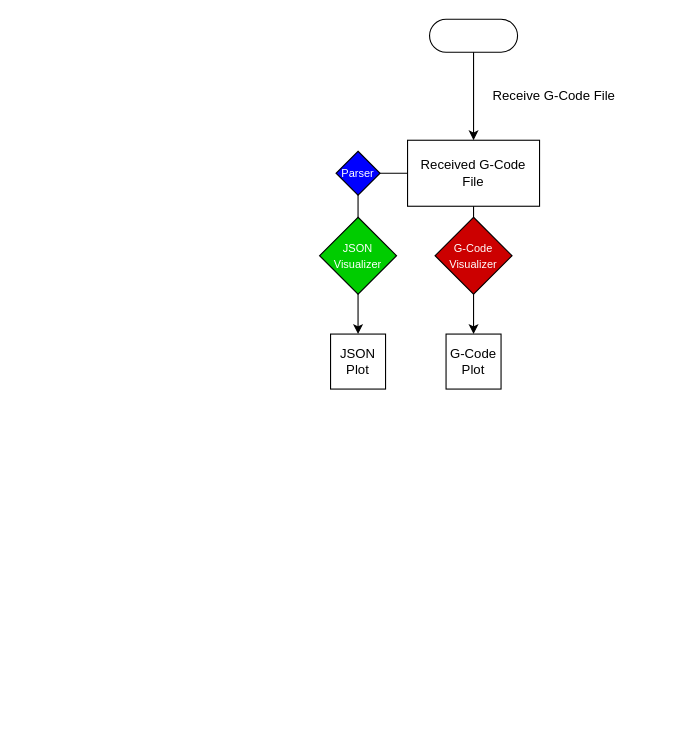
Before: documentation/Untitled Diagram.drawio in antoniopgs/FabInventors, a draw.io diagram. Source tidied: cells renumbered, new cells numbered last; positions are measured from the earlier drawing's top-left corner, leaving out a move shared by most shapes. Both pictures are drawn from the tidied source at 110%, with x=0, y=0 at pixel (319, 19).
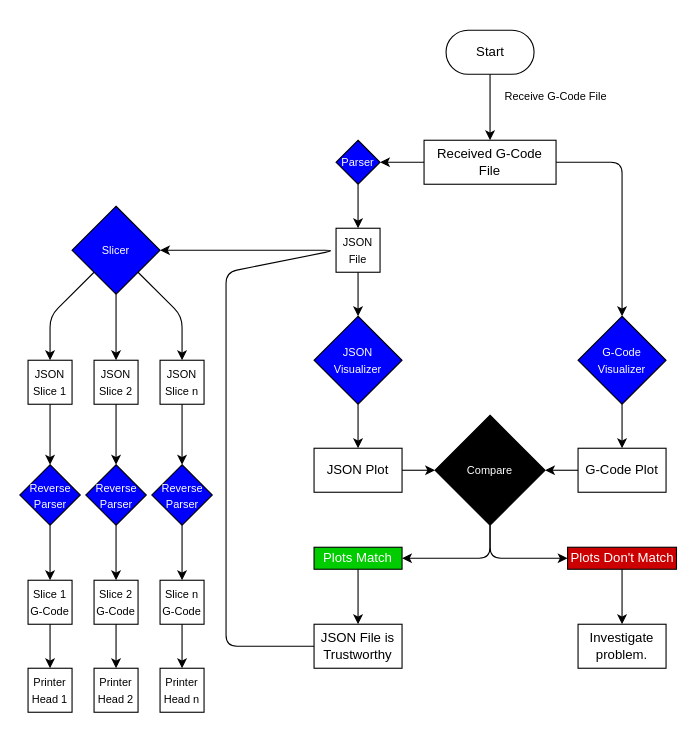
After the change.

What changed in the source:
```diff
@@
-    <mxCell id="2" style="html=1;dashed=0;whitespace=wrap;shape=mxgraph.dfd.start;" parent="1" vertex="1">
-      <mxGeometry x="100" width="80" height="30" as="geometry" />
+    <mxCell id="2" value="Start" style="html=1;dashed=0;whitespace=wrap;shape=mxgraph.dfd.start;" parent="1" vertex="1">
+      <mxGeometry x="115" y="10" width="80" height="40" as="geometry" />
     </mxCell>
-    <mxCell id="3" style="endArrow=classic;html=1;exitX=0.5;exitY=0.5;exitDx=0;exitDy=15;exitPerimeter=0;entryX=0.5;entryY=0;entryDx=0;entryDy=0;" parent="1" edge="1" source="2" target="5">
+    <mxCell id="3" style="endArrow=classic;html=1;entryX=0.5;entryY=0;entryDx=0;entryDy=0;exitX=0.5;exitY=0.5;exitDx=0;exitDy=20;exitPerimeter=0;" parent="1" edge="1" source="2" target="5">
       <mxGeometry relative="1" as="geometry" />
     </mxCell>
-    <mxCell id="4" value="Receive G-Code File&amp;nbsp;" style="text;html=1;strokeColor=none;fillColor=none;align=center;verticalAlign=middle;whiteSpace=wrap;rounded=0;" parent="1" vertex="1">
-      <mxGeometry x="155" y="60" width="120" height="20" as="geometry" />
+    <mxCell id="4" value="&lt;font style=&quot;font-size: 10px&quot;&gt;Receive G-Code File&lt;/font&gt;" style="text;html=1;strokeColor=none;fillColor=none;align=center;verticalAlign=middle;whiteSpace=wrap;rounded=0;" parent="1" vertex="1">
+      <mxGeometry x="154.5" y="60" width="120" height="20" as="geometry" />
     </mxCell>
     <mxCell id="5" value="Received G-Code File" style="rounded=0;whiteSpace=wrap;html=1;" parent="1" vertex="1">
-      <mxGeometry x="80" y="110" width="120" height="60" as="geometry" />
+      <mxGeometry x="95" y="110" width="120" height="40" as="geometry" />
     </mxCell>
-    <mxCell id="6" style="endArrow=classic;html=1;exitX=0.5;exitY=1;exitDx=0;exitDy=0;entryX=0.5;entryY=0;entryDx=0;entryDy=0;" parent="1" edge="1" source="5" target="12">
-      <mxGeometry relative="1" as="geometry" />
+    <mxCell id="6" style="endArrow=classic;html=1;exitX=1;exitY=0.5;exitDx=0;exitDy=0;entryX=0.5;entryY=0;entryDx=0;entryDy=0;" parent="1" edge="1" source="5" target="7">
+      <mxGeometry relative="1" as="geometry">
+        <Array as="points">
+          <mxPoint x="275" y="130" />
+        </Array>
+      </mxGeometry>
     </mxCell>
-    <mxCell id="7" value="&lt;font style=&quot;font-size: 10px&quot;&gt;G-Code Visualizer&lt;/font&gt;" style="rhombus;whiteSpace=wrap;html=1;fontColor=#FFFFFF;fillColor=#CC0000;" parent="1" vertex="1">
-      <mxGeometry x="105" y="180" width="70" height="70" as="geometry" />
+    <mxCell id="7" value="&lt;font style=&quot;font-size: 10px&quot;&gt;G-Code Visualizer&lt;/font&gt;" style="rhombus;whiteSpace=wrap;html=1;fontColor=#FFFFFF;fillColor=#0000FF;" parent="1" vertex="1">
+      <mxGeometry x="235" y="270" width="80" height="80" as="geometry" />
     </mxCell>
-    <mxCell id="8" style="endArrow=classic;html=1;fontColor=#FFFFFF;exitX=0;exitY=0.5;exitDx=0;exitDy=0;entryX=0.5;entryY=0;entryDx=0;entryDy=0;" parent="1" edge="1" source="5" target="11">
-      <mxGeometry relative="1" as="geometry">
-        <Array as="points">
-          <mxPoint x="35" y="140" />
-        </Array>
-      </mxGeometry>
+    <mxCell id="8" style="endArrow=classic;html=1;fontColor=#FFFFFF;exitX=0;exitY=0.5;exitDx=0;exitDy=0;entryX=1;entryY=0.5;entryDx=0;entryDy=0;" parent="1" edge="1" source="5" target="9">
+      <mxGeometry relative="1" as="geometry" />
     </mxCell>
     <mxCell id="9" value="&lt;font style=&quot;font-size: 10px&quot;&gt;Parser&lt;/font&gt;" style="rhombus;whiteSpace=wrap;html=1;fillColor=#0000FF;fontColor=#FFFFFF;" parent="1" vertex="1">
-      <mxGeometry x="15" y="120" width="40" height="40" as="geometry" />
+      <mxGeometry x="15" y="110" width="40" height="40" as="geometry" />
     </mxCell>
-    <mxCell id="10" value="&lt;font style=&quot;font-size: 10px&quot;&gt;JSON Visualizer&lt;/font&gt;" style="rhombus;whiteSpace=wrap;html=1;fontColor=#FFFFFF;fillColor=#00CC00;" parent="1" vertex="1">
-      <mxGeometry y="180" width="70" height="70" as="geometry" />
+    <mxCell id="10" value="&lt;font style=&quot;font-size: 10px&quot;&gt;JSON&lt;br&gt;Visualizer&lt;/font&gt;" style="rhombus;whiteSpace=wrap;html=1;fontColor=#FFFFFF;fillColor=#0000FF;" parent="1" vertex="1">
+      <mxGeometry x="-5" y="270" width="80" height="80" as="geometry" />
     </mxCell>
     <mxCell id="11" value="JSON Plot" style="rounded=0;whiteSpace=wrap;html=1;" parent="1" vertex="1">
-      <mxGeometry x="10" y="286.2" width="50" height="50" as="geometry" />
+      <mxGeometry x="-5" y="390" width="80" height="40" as="geometry" />
     </mxCell>
     <mxCell id="12" value="G-Code Plot" style="rounded=0;whiteSpace=wrap;html=1;" parent="1" vertex="1">
-      <mxGeometry x="115" y="286.2" width="50" height="50" as="geometry" />
+      <mxGeometry x="235" y="390" width="80" height="40" as="geometry" />
     </mxCell>
+    <mxCell id="13" value="&lt;font style=&quot;font-size: 10px&quot;&gt;Compare&lt;/font&gt;" style="rhombus;whiteSpace=wrap;html=1;fontColor=#FFFFFF;fillColor=#000000;" parent="1" vertex="1">
+      <mxGeometry x="105" y="360" width="100" height="100" as="geometry" />
+    </mxCell>
+    <mxCell id="14" style="endArrow=classic;html=1;exitX=0;exitY=0.5;exitDx=0;exitDy=0;entryX=1;entryY=0.5;entryDx=0;entryDy=0;" parent="1" edge="1" source="12" target="13">
+      <mxGeometry relative="1" as="geometry" />
+    </mxCell>
+    <mxCell id="15" style="endArrow=classic;html=1;entryX=0;entryY=0.5;entryDx=0;entryDy=0;exitX=1;exitY=0.5;exitDx=0;exitDy=0;" parent="1" edge="1" source="11" target="13">
+      <mxGeometry relative="1" as="geometry" />
+    </mxCell>
+    <mxCell id="16" style="endArrow=classic;html=1;exitX=0.5;exitY=1;exitDx=0;exitDy=0;entryX=0;entryY=0.5;entryDx=0;entryDy=0;" parent="1" edge="1" source="13" target="18">
+      <mxGeometry relative="1" as="geometry">
+        <Array as="points">
+          <mxPoint x="155" y="490" />
+        </Array>
+      </mxGeometry>
+    </mxCell>
+    <mxCell id="17" value="Plots Match" style="text;html=1;align=center;verticalAlign=middle;whiteSpace=wrap;rounded=0;fontColor=#FFFFFF;strokeColor=#000000;fillColor=#00CC00;" parent="1" vertex="1">
+      <mxGeometry x="-5" y="480" width="80" height="20" as="geometry" />
+    </mxCell>
+    <mxCell id="18" value="Plots Don't Match" style="text;html=1;align=center;verticalAlign=middle;whiteSpace=wrap;rounded=0;strokeColor=#000000;fillColor=#CC0000;fontColor=#FFFFFF;" parent="1" vertex="1">
+      <mxGeometry x="225.5" y="480" width="99" height="20" as="geometry" />
+    </mxCell>
+    <mxCell id="19" value="&lt;span&gt;Investigate problem.&lt;/span&gt;" style="rounded=0;whiteSpace=wrap;html=1;" parent="1" vertex="1">
+      <mxGeometry x="235" y="550" width="80" height="40" as="geometry" />
+    </mxCell>
+    <mxCell id="20" value="&lt;font style=&quot;font-size: 10px&quot;&gt;JSON File&lt;/font&gt;" style="rounded=0;whiteSpace=wrap;html=1;" parent="1" vertex="1">
+      <mxGeometry x="15" y="190" width="40" height="40" as="geometry" />
+    </mxCell>
+    <mxCell id="21" style="endArrow=classic;html=1;fontColor=#FFFFFF;exitX=0.5;exitY=1;exitDx=0;exitDy=0;entryX=0.5;entryY=0;entryDx=0;entryDy=0;" parent="1" edge="1" source="9" target="20">
+      <mxGeometry relative="1" as="geometry" />
+    </mxCell>
+    <mxCell id="22" style="endArrow=classic;html=1;fontColor=#FFFFFF;exitX=0.5;exitY=1;exitDx=0;exitDy=0;entryX=0.5;entryY=0;entryDx=0;entryDy=0;" parent="1" edge="1" source="20" target="10">
+      <mxGeometry relative="1" as="geometry" />
+    </mxCell>
+    <mxCell id="23" style="endArrow=classic;html=1;fontColor=#FFFFFF;exitX=0.5;exitY=1;exitDx=0;exitDy=0;entryX=0.5;entryY=0;entryDx=0;entryDy=0;" parent="1" edge="1" source="10" target="11">
+      <mxGeometry relative="1" as="geometry" />
+    </mxCell>
+    <mxCell id="24" style="endArrow=classic;html=1;fontColor=#FFFFFF;exitX=0.5;exitY=1;exitDx=0;exitDy=0;entryX=0.5;entryY=0;entryDx=0;entryDy=0;" parent="1" edge="1" source="7" target="12">
+      <mxGeometry relative="1" as="geometry" />
+    </mxCell>
+    <mxCell id="25" style="endArrow=classic;html=1;exitX=0.5;exitY=1;exitDx=0;exitDy=0;entryX=1;entryY=0.5;entryDx=0;entryDy=0;" parent="1" edge="1" source="13" target="17">
+      <mxGeometry relative="1" as="geometry">
+        <Array as="points">
+          <mxPoint x="155" y="490" />
+        </Array>
+      </mxGeometry>
+    </mxCell>
+    <mxCell id="26" style="endArrow=classic;html=1;exitX=0.5;exitY=1;exitDx=0;exitDy=0;entryX=0.5;entryY=0;entryDx=0;entryDy=0;" parent="1" edge="1" source="18" target="19">
+      <mxGeometry relative="1" as="geometry" />
+    </mxCell>
+    <mxCell id="27" style="endArrow=classic;html=1;exitX=0;exitY=0.5;exitDx=0;exitDy=0;entryX=1;entryY=0.5;entryDx=0;entryDy=0;" parent="1" edge="1" source="28" target="30">
+      <mxGeometry relative="1" as="geometry">
+        <Array as="points">
+          <mxPoint x="-85" y="570" />
+          <mxPoint x="-85" y="230" />
+          <mxPoint x="15" y="210" />
+        </Array>
+      </mxGeometry>
+    </mxCell>
+    <mxCell id="28" value="&lt;span&gt;JSON File is Trustworthy&lt;/span&gt;" style="rounded=0;whiteSpace=wrap;html=1;" parent="1" vertex="1">
+      <mxGeometry x="-5" y="550" width="80" height="40" as="geometry" />
+    </mxCell>
+    <mxCell id="29" style="endArrow=classic;html=1;exitX=0.5;exitY=1;exitDx=0;exitDy=0;entryX=0.5;entryY=0;entryDx=0;entryDy=0;" parent="1" edge="1" source="17" target="28">
+      <mxGeometry relative="1" as="geometry" />
+    </mxCell>
+    <mxCell id="30" value="&lt;span style=&quot;font-size: 10px&quot;&gt;Slicer&lt;/span&gt;" style="rhombus;whiteSpace=wrap;html=1;fontColor=#FFFFFF;fillColor=#0000FF;" parent="1" vertex="1">
+      <mxGeometry x="-225" y="170" width="80" height="80" as="geometry" />
+    </mxCell>
+    <mxCell id="31" value="&lt;font style=&quot;font-size: 10px&quot;&gt;JSON Slice 1&lt;/font&gt;" style="rounded=0;whiteSpace=wrap;html=1;" parent="1" vertex="1">
+      <mxGeometry x="-265" y="310" width="40" height="40" as="geometry" />
+    </mxCell>
+    <mxCell id="32" value="&lt;font style=&quot;font-size: 10px&quot;&gt;JSON Slice 2&lt;br&gt;&lt;/font&gt;" style="rounded=0;whiteSpace=wrap;html=1;" parent="1" vertex="1">
+      <mxGeometry x="-205" y="310" width="40" height="40" as="geometry" />
+    </mxCell>
+    <mxCell id="33" value="&lt;font style=&quot;font-size: 10px&quot;&gt;JSON Slice n&lt;br&gt;&lt;/font&gt;" style="rounded=0;whiteSpace=wrap;html=1;" parent="1" vertex="1">
+      <mxGeometry x="-145" y="310" width="40" height="40" as="geometry" />
+    </mxCell>
+    <mxCell id="34" style="endArrow=classic;html=1;fontColor=#FFFFFF;exitX=0.5;exitY=1;exitDx=0;exitDy=0;entryX=0.5;entryY=0;entryDx=0;entryDy=0;" parent="1" edge="1" source="30" target="32">
+      <mxGeometry relative="1" as="geometry" />
+    </mxCell>
+    <mxCell id="35" style="endArrow=classic;html=1;fontColor=#FFFFFF;exitX=0;exitY=1;exitDx=0;exitDy=0;entryX=0.5;entryY=0;entryDx=0;entryDy=0;" parent="1" edge="1" source="30" target="31">
+      <mxGeometry relative="1" as="geometry">
+        <Array as="points">
+          <mxPoint x="-245" y="270" />
+        </Array>
+      </mxGeometry>
+    </mxCell>
+    <mxCell id="36" style="endArrow=classic;html=1;fontColor=#FFFFFF;exitX=1;exitY=1;exitDx=0;exitDy=0;entryX=0.5;entryY=0;entryDx=0;entryDy=0;" parent="1" edge="1" source="30" target="33">
+      <mxGeometry relative="1" as="geometry">
+        <Array as="points">
+          <mxPoint x="-125" y="270" />
+        </Array>
+      </mxGeometry>
+    </mxCell>
+    <mxCell id="37" value="&lt;font style=&quot;font-size: 10px&quot;&gt;Reverse Parser&lt;/font&gt;" style="rhombus;whiteSpace=wrap;html=1;fillColor=#0000FF;fontColor=#FFFFFF;" parent="1" vertex="1">
+      <mxGeometry x="-272.5" y="405" width="55" height="55" as="geometry" />
+    </mxCell>
+    <mxCell id="38" value="&lt;font style=&quot;font-size: 10px&quot;&gt;Reverse Parser&lt;/font&gt;" style="rhombus;whiteSpace=wrap;html=1;fillColor=#0000FF;fontColor=#FFFFFF;" parent="1" vertex="1">
+      <mxGeometry x="-212.5" y="405" width="55" height="55" as="geometry" />
+    </mxCell>
+    <mxCell id="39" value="&lt;font style=&quot;font-size: 10px&quot;&gt;Reverse Parser&lt;/font&gt;" style="rhombus;whiteSpace=wrap;html=1;fillColor=#0000FF;fontColor=#FFFFFF;" parent="1" vertex="1">
+      <mxGeometry x="-152.5" y="405" width="55" height="55" as="geometry" />
+    </mxCell>
+    <mxCell id="40" style="endArrow=classic;html=1;fontColor=#FFFFFF;exitX=0.5;exitY=1;exitDx=0;exitDy=0;entryX=0.5;entryY=0;entryDx=0;entryDy=0;" parent="1" edge="1" source="32" target="38">
+      <mxGeometry relative="1" as="geometry" />
+    </mxCell>
+    <mxCell id="41" style="endArrow=classic;html=1;fontColor=#FFFFFF;exitX=0.5;exitY=1;exitDx=0;exitDy=0;entryX=0.5;entryY=0;entryDx=0;entryDy=0;" parent="1" edge="1" source="33" target="39">
+      <mxGeometry relative="1" as="geometry" />
+    </mxCell>
+    <mxCell id="42" style="endArrow=classic;html=1;fontColor=#FFFFFF;exitX=0.5;exitY=1;exitDx=0;exitDy=0;entryX=0.5;entryY=0;entryDx=0;entryDy=0;" parent="1" edge="1" source="31" target="37">
+      <mxGeometry relative="1" as="geometry" />
+    </mxCell>
+    <mxCell id="43" value="&lt;font style=&quot;font-size: 10px&quot;&gt;Slice 1 G-Code&lt;/font&gt;" style="rounded=0;whiteSpace=wrap;html=1;" parent="1" vertex="1">
+      <mxGeometry x="-265" y="510" width="40" height="40" as="geometry" />
+    </mxCell>
+    <mxCell id="44" value="&lt;font style=&quot;font-size: 10px&quot;&gt;Slice 2 G-Code&lt;/font&gt;" style="rounded=0;whiteSpace=wrap;html=1;" parent="1" vertex="1">
+      <mxGeometry x="-205" y="510" width="40" height="40" as="geometry" />
+    </mxCell>
+    <mxCell id="45" value="&lt;font style=&quot;font-size: 10px&quot;&gt;Slice n G-Code&lt;/font&gt;" style="rounded=0;whiteSpace=wrap;html=1;" parent="1" vertex="1">
+      <mxGeometry x="-145" y="510" width="40" height="40" as="geometry" />
+    </mxCell>
+    <mxCell id="46" style="endArrow=classic;html=1;fontColor=#FFFFFF;exitX=0.5;exitY=1;exitDx=0;exitDy=0;entryX=0.5;entryY=0;entryDx=0;entryDy=0;" parent="1" edge="1" source="37" target="43">
+      <mxGeometry relative="1" as="geometry" />
+    </mxCell>
+    <mxCell id="47" style="endArrow=classic;html=1;fontColor=#FFFFFF;exitX=0.5;exitY=1;exitDx=0;exitDy=0;entryX=0.5;entryY=0;entryDx=0;entryDy=0;" parent="1" edge="1" source="38" target="44">
+      <mxGeometry relative="1" as="geometry" />
+    </mxCell>
+    <mxCell id="48" style="endArrow=classic;html=1;fontColor=#FFFFFF;exitX=0.5;exitY=1;exitDx=0;exitDy=0;entryX=0.5;entryY=0;entryDx=0;entryDy=0;" parent="1" edge="1" source="39" target="45">
+      <mxGeometry relative="1" as="geometry" />
+    </mxCell>
+    <mxCell id="49" value="&lt;font style=&quot;font-size: 10px&quot;&gt;Printer Head 1&lt;/font&gt;" style="rounded=0;whiteSpace=wrap;html=1;" parent="1" vertex="1">
+      <mxGeometry x="-265" y="590" width="40" height="40" as="geometry" />
+    </mxCell>
+    <mxCell id="50" value="&lt;font style=&quot;font-size: 10px&quot;&gt;Printer Head 2&lt;/font&gt;" style="rounded=0;whiteSpace=wrap;html=1;" parent="1" vertex="1">
+      <mxGeometry x="-205" y="590" width="40" height="40" as="geometry" />
+    </mxCell>
+    <mxCell id="51" value="&lt;font style=&quot;font-size: 10px&quot;&gt;Printer Head n&lt;br&gt;&lt;/font&gt;" style="rounded=0;whiteSpace=wrap;html=1;" parent="1" vertex="1">
+      <mxGeometry x="-145" y="590" width="40" height="40" as="geometry" />
+    </mxCell>
+    <mxCell id="52" style="endArrow=classic;html=1;fontColor=#FFFFFF;exitX=0.5;exitY=1;exitDx=0;exitDy=0;entryX=0.5;entryY=0;entryDx=0;entryDy=0;" parent="1" edge="1" source="43" target="49">
+      <mxGeometry relative="1" as="geometry" />
+    </mxCell>
+    <mxCell id="53" style="endArrow=classic;html=1;fontColor=#FFFFFF;exitX=0.5;exitY=1;exitDx=0;exitDy=0;entryX=0.5;entryY=0;entryDx=0;entryDy=0;" parent="1" edge="1" source="44" target="50">
+      <mxGeometry relative="1" as="geometry" />
+    </mxCell>
+    <mxCell id="54" style="endArrow=classic;html=1;fontColor=#FFFFFF;exitX=0.5;exitY=1;exitDx=0;exitDy=0;entryX=0.5;entryY=0;entryDx=0;entryDy=0;" parent="1" edge="1" source="45" target="51">
+      <mxGeometry relative="1" as="geometry" />
+    </mxCell>
```
